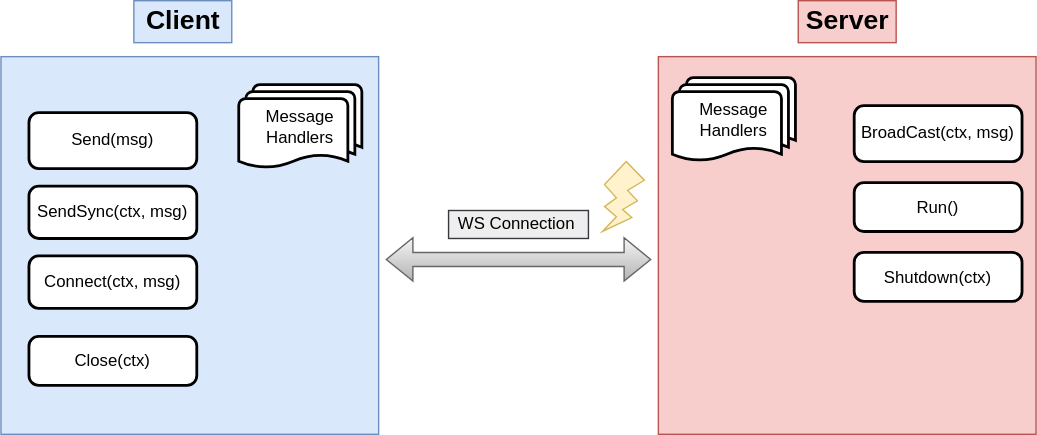
Before: docs/idea.drawio.svg, a diagram exported from draw.io (eloylp/goomerang). Source tidied: cells renumbered, new cells last; positions are measured from the earlier drawing's top-left corner, leaving out a move shared by most shapes.
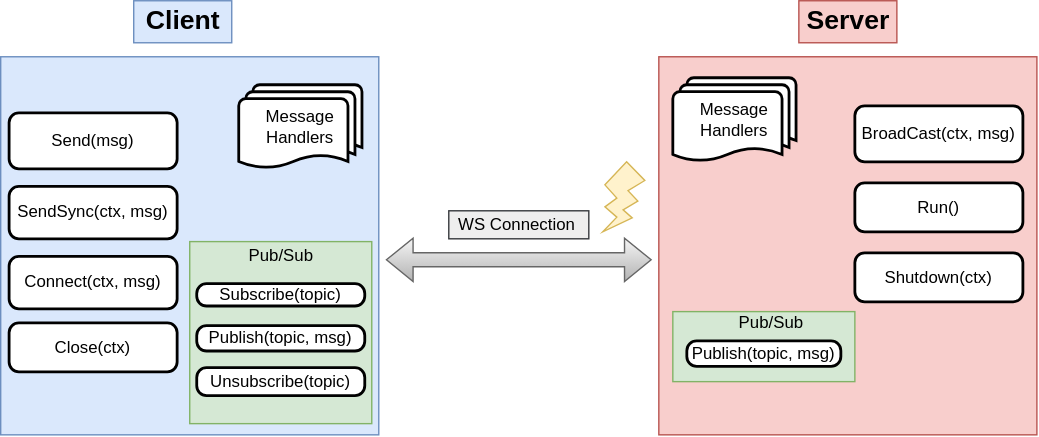
The same file after the commit.

Commit message:
Update diagram with pub/sub feature

The edit, as a diff of the source:
```diff
@@ -30,13 +30,13 @@
       <mxGeometry x="480" y="55" width="88" height="60" as="geometry" />
     </mxCell>
     <mxCell id="10" value="Send(msg)" style="rounded=1;whiteSpace=wrap;html=1;absoluteArcSize=1;arcSize=14;strokeWidth=2;" parent="2" vertex="1">
-      <mxGeometry x="20" y="80" width="120" height="40" as="geometry" />
+      <mxGeometry x="6" y="80" width="120" height="40" as="geometry" />
     </mxCell>
     <mxCell id="11" value="Close(ctx)" style="rounded=1;whiteSpace=wrap;html=1;absoluteArcSize=1;arcSize=14;strokeWidth=2;" parent="2" vertex="1">
-      <mxGeometry x="20" y="240" width="120" height="35" as="geometry" />
+      <mxGeometry x="6" y="230" width="120" height="35" as="geometry" />
     </mxCell>
     <mxCell id="12" value="SendSync(ctx, msg)" style="rounded=1;whiteSpace=wrap;html=1;absoluteArcSize=1;arcSize=14;strokeWidth=2;" parent="2" vertex="1">
-      <mxGeometry x="20" y="132.5" width="120" height="37.5" as="geometry" />
+      <mxGeometry x="6" y="132.5" width="120" height="37.5" as="geometry" />
     </mxCell>
     <mxCell id="13" value="BroadCast(ctx, msg)" style="rounded=1;whiteSpace=wrap;html=1;absoluteArcSize=1;arcSize=14;strokeWidth=2;" parent="2" vertex="1">
       <mxGeometry x="610" y="75" width="120" height="40" as="geometry" />
@@ -45,7 +45,7 @@
       <mxGeometry x="430" y="115" width="30" height="50" as="geometry" />
     </mxCell>
     <mxCell id="15" value="Connect(ctx, msg)" style="rounded=1;whiteSpace=wrap;html=1;absoluteArcSize=1;arcSize=14;strokeWidth=2;" parent="2" vertex="1">
-      <mxGeometry x="20" y="182.5" width="120" height="37.5" as="geometry" />
+      <mxGeometry x="6" y="182.5" width="120" height="37.5" as="geometry" />
     </mxCell>
     <mxCell id="16" value="Run()" style="rounded=1;whiteSpace=wrap;html=1;absoluteArcSize=1;arcSize=14;strokeWidth=2;" parent="2" vertex="1">
       <mxGeometry x="610" y="130" width="120" height="35" as="geometry" />
@@ -59,5 +59,41 @@
     <mxCell id="19" value="Server" style="text;html=1;align=center;verticalAlign=middle;strokeColor=#b85450;fillColor=#f8cecc;fontStyle=1;fontSize=19;" parent="2" vertex="1">
       <mxGeometry x="570" width="70" height="30" as="geometry" />
     </mxCell>
+    <mxCell id="20" style="group;" parent="2" vertex="1">
+      <mxGeometry x="480" y="220" width="130" height="82" as="geometry" />
+    </mxCell>
+    <mxCell id="21" style="edgeStyle=orthogonalEdgeStyle;rounded=0;orthogonalLoop=1;jettySize=auto;html=1;exitX=0.5;exitY=1;exitDx=0;exitDy=0;" parent="20" edge="1">
+      <mxGeometry relative="1" as="geometry">
+        <mxPoint x="57.5" y="82" as="sourcePoint" />
+        <mxPoint x="57.5" y="82" as="targetPoint" />
+      </mxGeometry>
+    </mxCell>
+    <mxCell id="22" style="rounded=0;whiteSpace=wrap;html=1;fillColor=#d5e8d4;strokeColor=#82b366;" parent="20" vertex="1">
+      <mxGeometry y="2" width="130" height="50" as="geometry" />
+    </mxCell>
+    <mxCell id="23" value="Publish(topic, msg)" style="rounded=1;whiteSpace=wrap;html=1;absoluteArcSize=1;arcSize=14;strokeWidth=2;" parent="20" vertex="1">
+      <mxGeometry x="10" y="22.9" width="110" height="18.1" as="geometry" />
+    </mxCell>
+    <mxCell id="24" value="Pub/Sub" style="text;html=1;align=center;verticalAlign=middle;strokeColor=none;fillColor=none;" parent="20" vertex="1">
+      <mxGeometry x="40" width="60" height="20" as="geometry" />
+    </mxCell>
+    <mxCell id="25" style="group;" parent="2" vertex="1">
+      <mxGeometry x="135" y="172" width="130" height="130" as="geometry" />
+    </mxCell>
+    <mxCell id="26" style="whiteSpace=wrap;html=1;fillColor=#d5e8d4;strokeColor=#82b366;" parent="25" vertex="1">
+      <mxGeometry width="130" height="130" as="geometry" />
+    </mxCell>
+    <mxCell id="27" value="Subscribe(topic)" style="rounded=1;whiteSpace=wrap;html=1;absoluteArcSize=1;arcSize=14;strokeWidth=2;" parent="25" vertex="1">
+      <mxGeometry x="5" y="30" width="120" height="16" as="geometry" />
+    </mxCell>
+    <mxCell id="28" value="Publish(topic, msg)" style="rounded=1;whiteSpace=wrap;html=1;absoluteArcSize=1;arcSize=14;strokeWidth=2;" parent="25" vertex="1">
+      <mxGeometry x="5" y="60" width="120" height="18.1" as="geometry" />
+    </mxCell>
+    <mxCell id="29" value="Unsubscribe(topic)" style="rounded=1;whiteSpace=wrap;html=1;absoluteArcSize=1;arcSize=14;strokeWidth=2;" parent="25" vertex="1">
+      <mxGeometry x="5" y="90" width="120" height="20" as="geometry" />
+    </mxCell>
+    <mxCell id="30" value="Pub/Sub" style="text;html=1;align=center;verticalAlign=middle;strokeColor=none;fillColor=none;" parent="25" vertex="1">
+      <mxGeometry x="35" width="60" height="20" as="geometry" />
+    </mxCell>
   </root>
 </mxGraphModel>
```
